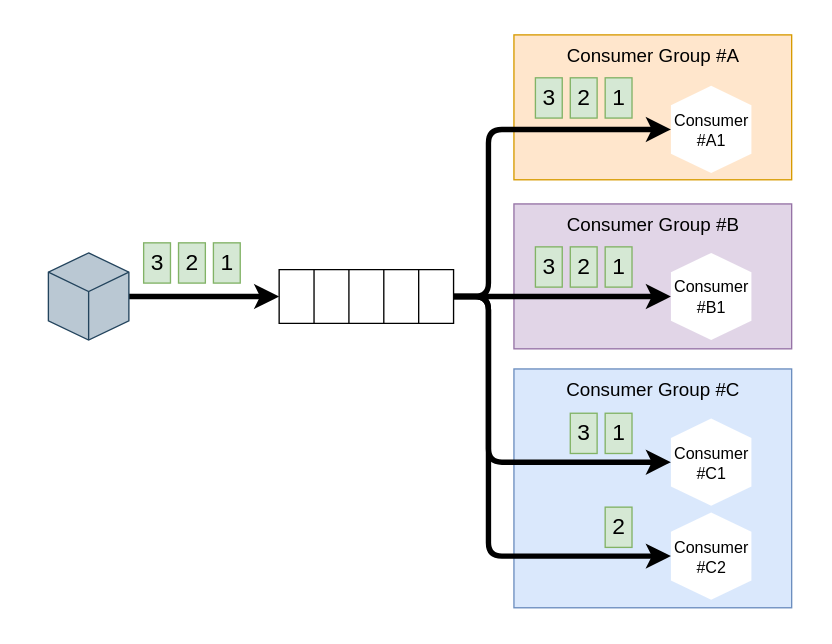
Above: content/전산/공부/Kafka Consumer Group.svg in reddiana/reddiana.github.io (draw.io), before the change. Source tidied: cells renumbered, new cells last; positions are measured from the earlier drawing's top-left corner, leaving out a move shared by most shapes.
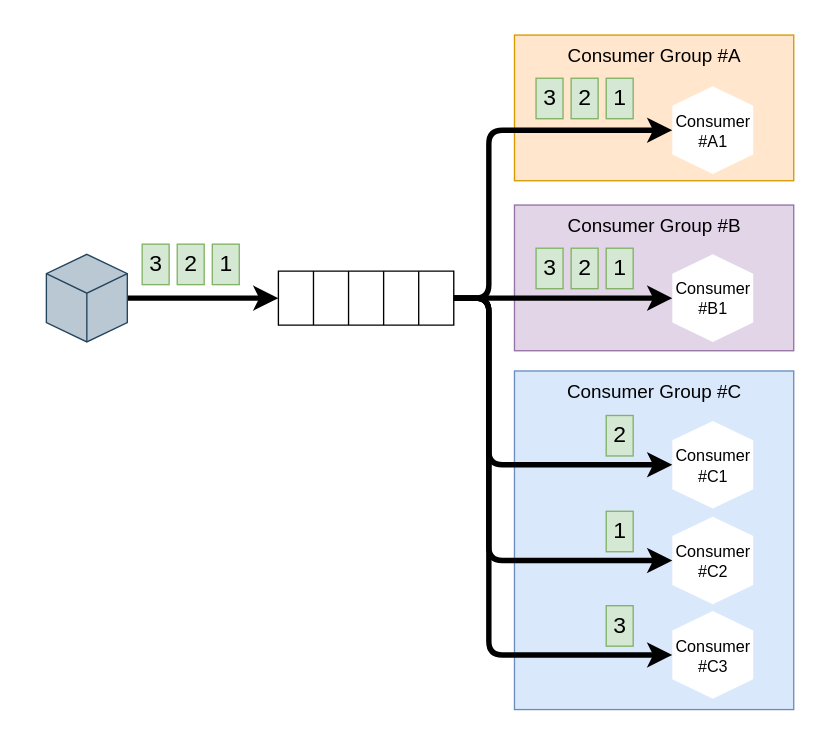
Later version of the same file.

Change to the diagram source:
```diff
@@ -3,10 +3,10 @@
     <mxCell id="0" />
     <mxCell id="1" parent="0" />
     <mxCell id="2" style="rounded=0;whiteSpace=wrap;html=1;strokeColor=none;" parent="1" vertex="1">
-      <mxGeometry width="594" height="460" as="geometry" />
+      <mxGeometry width="594" height="533" as="geometry" />
     </mxCell>
     <mxCell id="3" value="Consumer Group #C" style="rounded=0;whiteSpace=wrap;html=1;verticalAlign=top;fillColor=#dae8fc;strokeColor=#6c8ebf;fontSize=14;" parent="1" vertex="1">
-      <mxGeometry x="370" y="265" width="207" height="178" as="geometry" />
+      <mxGeometry x="370" y="265" width="207" height="251" as="geometry" />
     </mxCell>
     <mxCell id="4" value="Consumer Group #B" style="rounded=0;whiteSpace=wrap;html=1;verticalAlign=top;fillColor=#e1d5e7;strokeColor=#9673a6;fontSize=14;" parent="1" vertex="1">
       <mxGeometry x="370" y="142" width="207" height="108" as="geometry" />
@@ -77,7 +77,7 @@
       <mxGeometry x="23" y="178.5" width="60" height="65" as="geometry" />
     </mxCell>
     <mxCell id="24" value="Consumer #C2" style="html=1;whiteSpace=wrap;shape=isoCube2;backgroundOutline=1;isoAngle=15;strokeColor=none;" parent="1" vertex="1">
-      <mxGeometry x="487" y="372" width="60" height="65" as="geometry" />
+      <mxGeometry x="487" y="373" width="60" height="65" as="geometry" />
     </mxCell>
     <mxCell id="25" style="edgeStyle=elbowEdgeStyle;rounded=1;html=1;labelBackgroundColor=default;strokeColor=default;align=center;verticalAlign=middle;fontFamily=Helvetica;fontSize=11;fontColor=default;endArrow=classic;strokeWidth=4;" parent="1" edge="1" source="8" target="24">
       <mxGeometry relative="1" as="geometry">
@@ -105,13 +105,23 @@
       <mxGeometry x="438" y="174" width="20" height="30" as="geometry" />
     </mxCell>
     <mxCell id="32" value="3" style="rounded=0;whiteSpace=wrap;html=1;fillColor=#d5e8d4;strokeColor=#82b366;fontSize=17;" parent="1" vertex="1">
-      <mxGeometry x="412" y="298" width="20" height="30" as="geometry" />
+      <mxGeometry x="438" y="439" width="20" height="30" as="geometry" />
     </mxCell>
     <mxCell id="33" value="2" style="rounded=0;whiteSpace=wrap;html=1;fillColor=#d5e8d4;strokeColor=#82b366;fontSize=17;" parent="1" vertex="1">
-      <mxGeometry x="438" y="368" width="20" height="30" as="geometry" />
+      <mxGeometry x="438" y="298" width="20" height="30" as="geometry" />
     </mxCell>
     <mxCell id="34" value="1" style="rounded=0;whiteSpace=wrap;html=1;fillColor=#d5e8d4;strokeColor=#82b366;fontSize=17;" parent="1" vertex="1">
-      <mxGeometry x="438" y="298" width="20" height="30" as="geometry" />
+      <mxGeometry x="438" y="369" width="20" height="30" as="geometry" />
     </mxCell>
+    <mxCell id="35" value="Consumer #C3" style="html=1;whiteSpace=wrap;shape=isoCube2;backgroundOutline=1;isoAngle=15;strokeColor=none;" parent="1" vertex="1">
+      <mxGeometry x="487" y="443" width="60" height="65" as="geometry" />
+    </mxCell>
+    <mxCell id="36" style="edgeStyle=elbowEdgeStyle;rounded=1;html=1;labelBackgroundColor=default;strokeColor=default;align=center;verticalAlign=middle;fontFamily=Helvetica;fontSize=11;fontColor=default;endArrow=classic;strokeWidth=4;" parent="1" edge="1" source="8" target="35">
+      <mxGeometry relative="1" as="geometry">
+        <Array as="points">
+          <mxPoint x="351" y="345" />
+        </Array>
+      </mxGeometry>
+    </mxCell>
   </root>
 </mxGraphModel>
```
